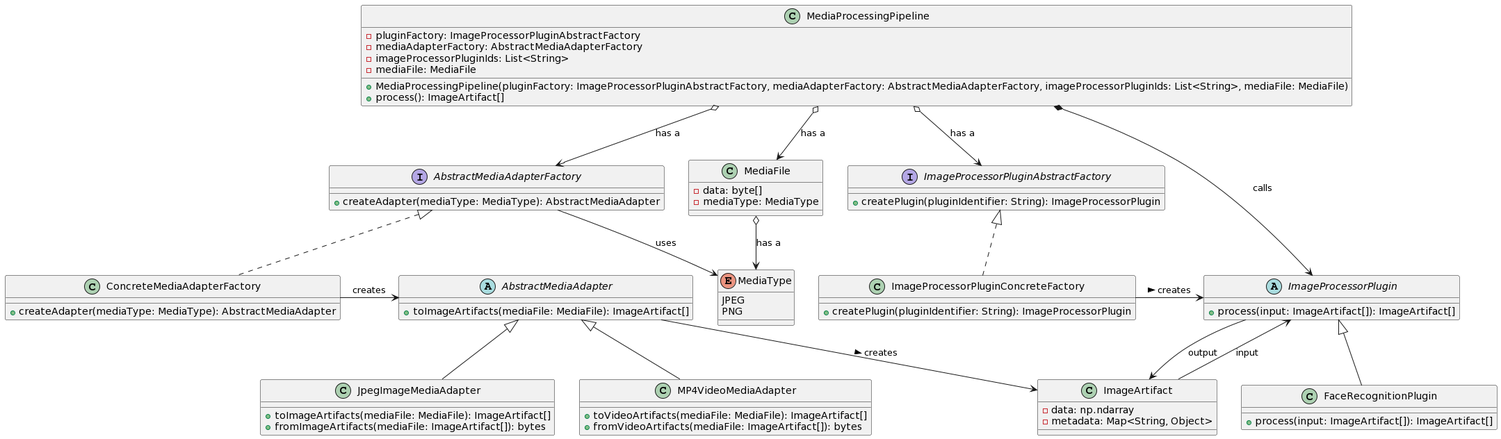
Above: images/diagram.png in oleksiiKuzivLnu/ObjectRecognition (PlantUML), before the change. The source it was exported from:
```plantuml
@startuml
class ImageArtifact {
  -data: np.ndarray
  -metadata: Map<String, Object>
}

abstract class ImageProcessorPlugin {
  +process(input: ImageArtifact[]): ImageArtifact[]
}

class FaceRecognitionPlugin {
  +process(input: ImageArtifact[]): ImageArtifact[]
}

interface AbstractMediaAdapterFactory {
  +createAdapter(mediaType: MediaType): AbstractMediaAdapter
}

class ConcreteMediaAdapterFactory {
  +createAdapter(mediaType: MediaType): AbstractMediaAdapter
}

class MediaFile {
  -data: byte[]
  -mediaType: MediaType
}

enum MediaType {
  JPEG
  PNG
}

abstract class AbstractMediaAdapter {
  +toImageArtifacts(mediaFile: MediaFile): ImageArtifact[]
}

class JpegImageMediaAdapter {
  +toImageArtifacts(mediaFile: MediaFile): ImageArtifact[]
  +fromImageArtifacts(mediaFile: ImageArtifact[]): bytes
}

class MP4VideoMediaAdapter {
  +toVideoArtifacts(mediaFile: MediaFile): ImageArtifact[]
  +fromVideoArtifacts(mediaFile: ImageArtifact[]): bytes
}

interface ImageProcessorPluginAbstractFactory {
  +createPlugin(pluginIdentifier: String): ImageProcessorPlugin
}

class ImageProcessorPluginConcreteFactory {
  +createPlugin(pluginIdentifier: String): ImageProcessorPlugin
}

class MediaProcessingPipeline {
  -pluginFactory: ImageProcessorPluginAbstractFactory
  -mediaAdapterFactory: AbstractMediaAdapterFactory
  -imageProcessorPluginIds: List<String>
  -mediaFile: MediaFile

  +MediaProcessingPipeline(pluginFactory: ImageProcessorPluginAbstractFactory, mediaAdapterFactory: AbstractMediaAdapterFactory, imageProcessorPluginIds: List<String>, mediaFile: MediaFile)
  +process(): ImageArtifact[]
}

ImageProcessorPluginAbstractFactory <|.. ImageProcessorPluginConcreteFactory
ImageProcessorPluginConcreteFactory -> ImageProcessorPlugin : creates >
MediaProcessingPipeline o--> ImageProcessorPluginAbstractFactory : has a
MediaProcessingPipeline o--> AbstractMediaAdapterFactory : has a
MediaProcessingPipeline *--> ImageProcessorPlugin: calls
AbstractMediaAdapterFactory --> MediaType : uses
MediaFile o--> MediaType: has a
AbstractMediaAdapterFactory <|.. ConcreteMediaAdapterFactory
ConcreteMediaAdapterFactory -> AbstractMediaAdapter: creates
AbstractMediaAdapter <|-- JpegImageMediaAdapter
AbstractMediaAdapter <|-- MP4VideoMediaAdapter
AbstractMediaAdapter -> ImageArtifact: creates >
MediaProcessingPipeline o--> MediaFile : has a
ImageArtifact --> ImageProcessorPlugin : input
ImageProcessorPlugin --> ImageArtifact : output
ImageProcessorPlugin <|-- FaceRecognitionPlugin
@enduml
```
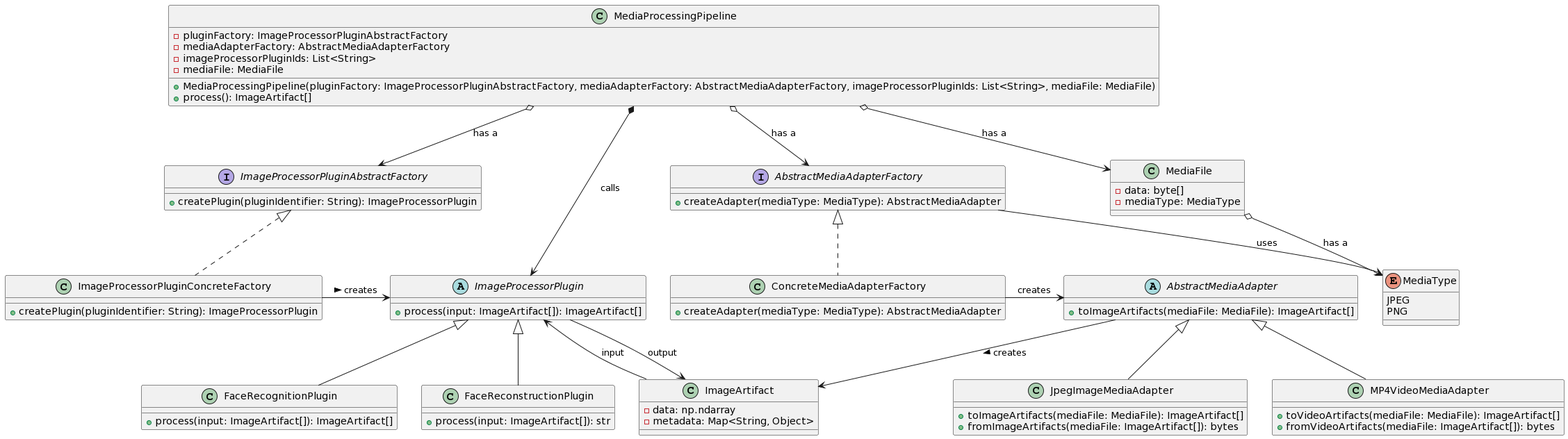
The same file after the commit.

The edit, as a diff of the source:
```diff
@@ -10,6 +10,10 @@
 
 class FaceRecognitionPlugin {
   +process(input: ImageArtifact[]): ImageArtifact[]
+}
+
+class FaceReconstructionPlugin {
+  +process(input: ImageArtifact[]): str
 }
 
 interface AbstractMediaAdapterFactory {
@@ -78,4 +82,5 @@
 ImageArtifact --> ImageProcessorPlugin : input
 ImageProcessorPlugin --> ImageArtifact : output
 ImageProcessorPlugin <|-- FaceRecognitionPlugin
+ImageProcessorPlugin <|-- FaceReconstructionPlugin
 @enduml
```
